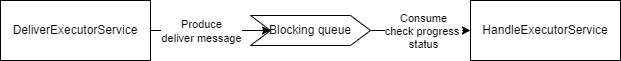
Earlier version of the draw.io export assets/delay_msg_new_pattern.drawio.png (HScarb/knowledge). Source tidied: cells renumbered, new cells last; positions are measured from the earlier drawing's top-left corner, leaving out a move shared by most shapes. Its diagram source:
```xml
<mxGraphModel>
  <root>
    <mxCell id="0" />
    <mxCell id="1" parent="0" />
    <mxCell id="2" style="edgeStyle=none;html=1;" parent="1" edge="1" source="4" target="7">
      <mxGeometry relative="1" as="geometry" />
    </mxCell>
    <mxCell id="3" value="Produce&lt;br&gt;deliver message" style="edgeLabel;html=1;align=center;verticalAlign=middle;" parent="2" vertex="1">
      <mxGeometry x="-0.6" y="-1" relative="1" as="geometry">
        <mxPoint x="26" y="-1" as="offset" />
      </mxGeometry>
    </mxCell>
    <mxCell id="4" value="DeliverExecutorService" style="rounded=0;whiteSpace=wrap;html=1;" parent="1" vertex="1">
      <mxGeometry width="150" height="60" as="geometry" />
    </mxCell>
    <mxCell id="5" style="edgeStyle=none;html=1;" parent="1" edge="1" source="7" target="8">
      <mxGeometry relative="1" as="geometry" />
    </mxCell>
    <mxCell id="6" value="Consume&lt;br&gt;check progress &lt;br&gt;status" style="edgeLabel;html=1;align=center;verticalAlign=middle;" parent="5" vertex="1">
      <mxGeometry x="-0.64" y="-1" relative="1" as="geometry">
        <mxPoint x="34" y="-1" as="offset" />
      </mxGeometry>
    </mxCell>
    <mxCell id="7" value="Blocking queue" style="shape=step;perimeter=stepPerimeter;whiteSpace=wrap;html=1;fixedSize=1;" parent="1" vertex="1">
      <mxGeometry x="250" y="15" width="120" height="30" as="geometry" />
    </mxCell>
    <mxCell id="8" value="HandleExecutorService" style="rounded=0;whiteSpace=wrap;html=1;" parent="1" vertex="1">
      <mxGeometry x="470" width="150" height="60" as="geometry" />
    </mxCell>
  </root>
</mxGraphModel>
```
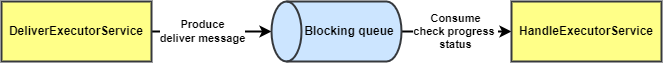
The same file after the commit.

What changed in the source:
```diff
@@ -2,30 +2,30 @@
   <root>
     <mxCell id="0" />
     <mxCell id="1" parent="0" />
-    <mxCell id="2" style="edgeStyle=none;html=1;" parent="1" edge="1" source="4" target="7">
+    <mxCell id="2" style="edgeStyle=none;html=1;strokeWidth=2;fontStyle=1;" parent="1" edge="1" source="4" target="7">
       <mxGeometry relative="1" as="geometry" />
     </mxCell>
-    <mxCell id="3" value="Produce&lt;br&gt;deliver message" style="edgeLabel;html=1;align=center;verticalAlign=middle;" parent="2" vertex="1">
+    <mxCell id="3" value="Produce&lt;br&gt;deliver message" style="edgeLabel;html=1;align=center;verticalAlign=middle;fontStyle=1;" parent="2" vertex="1">
       <mxGeometry x="-0.6" y="-1" relative="1" as="geometry">
         <mxPoint x="26" y="-1" as="offset" />
       </mxGeometry>
     </mxCell>
-    <mxCell id="4" value="DeliverExecutorService" style="rounded=0;whiteSpace=wrap;html=1;" parent="1" vertex="1">
+    <mxCell id="4" value="DeliverExecutorService" style="rounded=0;whiteSpace=wrap;html=1;strokeWidth=2;fontStyle=1;fillColor=#ffff88;strokeColor=#36393d;" parent="1" vertex="1">
       <mxGeometry width="150" height="60" as="geometry" />
     </mxCell>
-    <mxCell id="5" style="edgeStyle=none;html=1;" parent="1" edge="1" source="7" target="8">
+    <mxCell id="5" style="edgeStyle=none;html=1;strokeWidth=2;fontStyle=1;" parent="1" edge="1" source="7" target="8">
       <mxGeometry relative="1" as="geometry" />
     </mxCell>
-    <mxCell id="6" value="Consume&lt;br&gt;check progress &lt;br&gt;status" style="edgeLabel;html=1;align=center;verticalAlign=middle;" parent="5" vertex="1">
+    <mxCell id="6" value="Consume&lt;br&gt;check progress &lt;br&gt;status" style="edgeLabel;html=1;align=center;verticalAlign=middle;fontStyle=1;" parent="5" vertex="1">
       <mxGeometry x="-0.64" y="-1" relative="1" as="geometry">
         <mxPoint x="34" y="-1" as="offset" />
       </mxGeometry>
     </mxCell>
+    <mxCell id="8" value="HandleExecutorService" style="rounded=0;whiteSpace=wrap;html=1;strokeWidth=2;fontStyle=1;fillColor=#ffff88;strokeColor=#36393d;" parent="1" vertex="1">
+      <mxGeometry x="510" width="150" height="60" as="geometry" />
+    </mxCell>
-    <mxCell id="7" value="Blocking queue" style="shape=step;perimeter=stepPerimeter;whiteSpace=wrap;html=1;fixedSize=1;" parent="1" vertex="1">
-      <mxGeometry x="250" y="15" width="120" height="30" as="geometry" />
+    <mxCell id="7" value="Blocking queue" style="shape=cylinder3;whiteSpace=wrap;html=1;boundedLbl=1;backgroundOutline=1;size=15;strokeWidth=2;direction=north;fontStyle=1;fillColor=#cce5ff;strokeColor=#36393d;" parent="1" vertex="1">
+      <mxGeometry x="270" width="130" height="60" as="geometry" />
     </mxCell>
-    <mxCell id="8" value="HandleExecutorService" style="rounded=0;whiteSpace=wrap;html=1;" parent="1" vertex="1">
-      <mxGeometry x="470" width="150" height="60" as="geometry" />
-    </mxCell>
   </root>
 </mxGraphModel>
```
